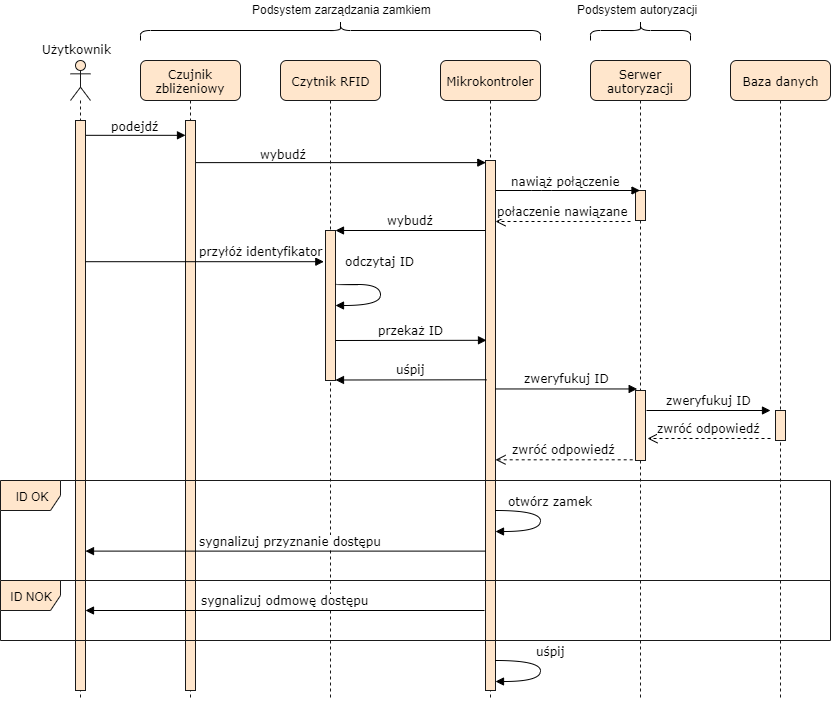
Before: docs/chapters/images/sequence1.png, a diagram exported from draw.io (adapiekarska/centralized-lock-system). Source tidied: cells renumbered, new cells last; positions are measured from the earlier drawing's top-left corner, leaving out a move shared by most shapes.
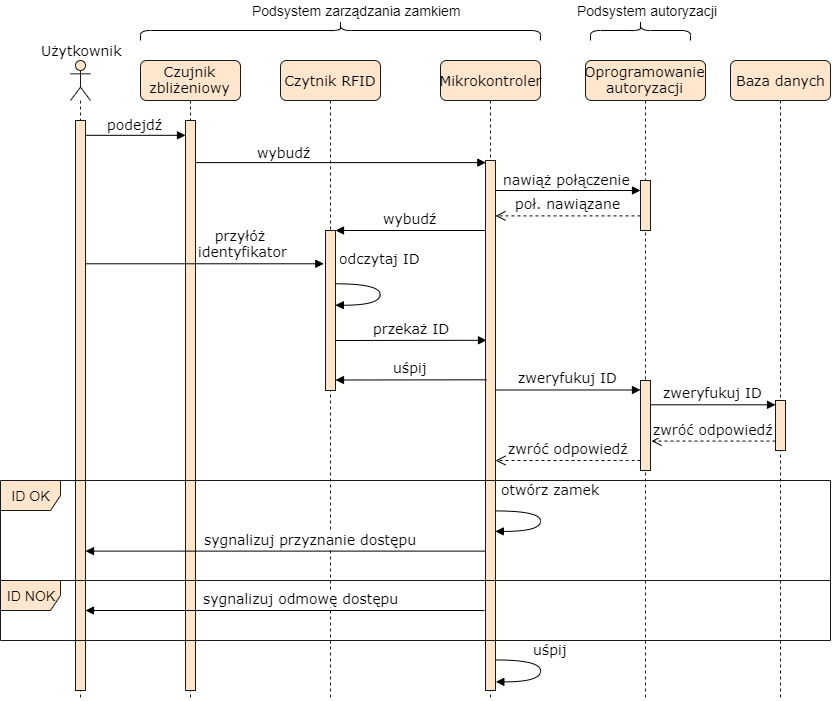
Above is the later version.

Commit message:
Modyfing sequence diagrams, writing chapter 4

What changed in the source:
```diff
@@ -2,101 +2,97 @@
   <root>
     <mxCell id="0" />
     <mxCell id="1" parent="0" />
-    <mxCell id="2" value="&lt;font face=&quot;Verdana&quot; style=&quot;font-size: 12px&quot;&gt;połaczenie nawiązane&lt;/font&gt;" style="html=1;verticalAlign=bottom;endArrow=open;dashed=1;endSize=8;" parent="1" edge="1" target="9">
-      <mxGeometry relative="1" as="geometry">
-        <mxPoint x="630" y="221" as="sourcePoint" />
-      </mxGeometry>
+    <mxCell id="2" value="&lt;font face=&quot;Verdana&quot; style=&quot;font-size: 14px&quot;&gt;poł. nawiązane&lt;/font&gt;" style="html=1;verticalAlign=bottom;endArrow=open;dashed=1;endSize=8;fontSize=14;exitX=0;exitY=0.708;exitDx=0;exitDy=0;exitPerimeter=0;" parent="1" edge="1" source="4" target="9">
+      <mxGeometry relative="1" as="geometry" />
     </mxCell>
-    <mxCell id="3" value="Serwer autoryzacji" style="shape=umlLifeline;perimeter=lifelinePerimeter;whiteSpace=wrap;html=1;outlineConnect=0;rounded=1;shadow=0;comic=0;labelBackgroundColor=none;strokeColor=#1A1A1A;strokeWidth=1;fillColor=#ffe6cc;fontFamily=Verdana;fontSize=12;align=center;" parent="1" vertex="1">
-      <mxGeometry x="590" y="60" width="100" height="640" as="geometry" />
+    <mxCell id="3" value="Oprogramowanie autoryzacji" style="shape=umlLifeline;perimeter=lifelinePerimeter;whiteSpace=wrap;html=1;outlineConnect=0;rounded=1;shadow=0;comic=0;labelBackgroundColor=none;strokeColor=#1A1A1A;strokeWidth=1;fillColor=#ffe6cc;fontFamily=Verdana;fontSize=14;align=center;" parent="1" vertex="1">
+      <mxGeometry x="585" y="60" width="120" height="640" as="geometry" />
     </mxCell>
-    <mxCell id="4" style="html=1;points=[];perimeter=orthogonalPerimeter;rounded=0;shadow=0;comic=0;labelBackgroundColor=none;strokeColor=#1A1A1A;strokeWidth=1;fillColor=#ffe6cc;fontFamily=Verdana;fontSize=12;align=center;" parent="3" vertex="1">
-      <mxGeometry x="45" y="130" width="10" height="30" as="geometry" />
+    <mxCell id="4" style="html=1;points=[];perimeter=orthogonalPerimeter;rounded=0;shadow=0;comic=0;labelBackgroundColor=none;strokeColor=#1A1A1A;strokeWidth=1;fillColor=#ffe6cc;fontFamily=Verdana;fontSize=14;align=center;" parent="3" vertex="1">
+      <mxGeometry x="55" y="120" width="10" height="50" as="geometry" />
     </mxCell>
+    <mxCell id="23" style="html=1;points=[];perimeter=orthogonalPerimeter;rounded=0;shadow=0;comic=0;labelBackgroundColor=none;strokeColor=#1A1A1A;strokeWidth=1;fillColor=#ffe6cc;fontFamily=Verdana;fontSize=14;align=center;" parent="3" vertex="1">
+      <mxGeometry x="55" y="320" width="10" height="90" as="geometry" />
+    </mxCell>
-    <mxCell id="5" value="nawiąż połączenie" style="html=1;verticalAlign=bottom;endArrow=block;labelBackgroundColor=none;fontFamily=Verdana;fontSize=12;edgeStyle=elbowEdgeStyle;elbow=vertical;" parent="1" edge="1" target="3">
+    <mxCell id="5" value="nawiąż połączenie" style="html=1;verticalAlign=bottom;endArrow=block;labelBackgroundColor=none;fontFamily=Verdana;fontSize=14;elbow=vertical;" parent="1" edge="1" target="4">
       <mxGeometry relative="1" as="geometry">
         <mxPoint x="491.5" y="190" as="sourcePoint" />
       </mxGeometry>
     </mxCell>
-    <mxCell id="6" value="wybudź" style="html=1;verticalAlign=bottom;endArrow=block;labelBackgroundColor=none;fontFamily=Verdana;fontSize=12;elbow=vertical;entryX=0.033;entryY=0.004;entryDx=0;entryDy=0;entryPerimeter=0;" parent="1" edge="1" source="13" target="9">
+    <mxCell id="6" value="wybudź" style="html=1;verticalAlign=bottom;endArrow=block;labelBackgroundColor=none;fontFamily=Verdana;fontSize=14;elbow=vertical;entryX=0.033;entryY=0.004;entryDx=0;entryDy=0;entryPerimeter=0;" parent="1" edge="1" source="13" target="9">
       <mxGeometry x="-0.39" y="-1" relative="1" as="geometry" />
     </mxCell>
-    <mxCell id="7" value="Czytnik RFID" style="shape=umlLifeline;perimeter=lifelinePerimeter;whiteSpace=wrap;html=1;rounded=1;shadow=0;comic=0;labelBackgroundColor=none;strokeColor=#1A1A1A;strokeWidth=1;fillColor=#ffe6cc;fontFamily=Verdana;fontSize=12;align=center;" parent="1" vertex="1">
+    <mxCell id="7" value="Czytnik RFID" style="shape=umlLifeline;perimeter=lifelinePerimeter;whiteSpace=wrap;html=1;rounded=1;shadow=0;comic=0;labelBackgroundColor=none;strokeColor=#1A1A1A;strokeWidth=1;fillColor=#ffe6cc;fontFamily=Verdana;fontSize=14;align=center;" parent="1" vertex="1">
       <mxGeometry x="280" y="60" width="100" height="640" as="geometry" />
     </mxCell>
-    <mxCell id="8" value="Mikrokontroler" style="shape=umlLifeline;perimeter=lifelinePerimeter;whiteSpace=wrap;html=1;rounded=1;shadow=0;comic=0;labelBackgroundColor=none;strokeColor=#1A1A1A;strokeWidth=1;fillColor=#ffe6cc;fontFamily=Verdana;fontSize=12;align=center;" parent="1" vertex="1">
+    <mxCell id="8" value="Mikrokontroler" style="shape=umlLifeline;perimeter=lifelinePerimeter;whiteSpace=wrap;html=1;rounded=1;shadow=0;comic=0;labelBackgroundColor=none;strokeColor=#1A1A1A;strokeWidth=1;fillColor=#ffe6cc;fontFamily=Verdana;fontSize=14;align=center;" parent="1" vertex="1">
       <mxGeometry x="440" y="60" width="100" height="640" as="geometry" />
     </mxCell>
-    <mxCell id="9" style="html=1;points=[];perimeter=orthogonalPerimeter;rounded=0;shadow=0;comic=0;labelBackgroundColor=none;strokeColor=#1A1A1A;strokeWidth=1;fillColor=#ffe6cc;fontFamily=Verdana;fontSize=12;align=center;" parent="8" vertex="1">
+    <mxCell id="9" style="html=1;points=[];perimeter=orthogonalPerimeter;rounded=0;shadow=0;comic=0;labelBackgroundColor=none;strokeColor=#1A1A1A;strokeWidth=1;fillColor=#ffe6cc;fontFamily=Verdana;fontSize=14;align=center;" parent="8" vertex="1">
       <mxGeometry x="45" y="100" width="10" height="530" as="geometry" />
     </mxCell>
-    <mxCell id="10" value="Baza danych" style="shape=umlLifeline;perimeter=lifelinePerimeter;whiteSpace=wrap;html=1;rounded=1;shadow=0;comic=0;labelBackgroundColor=none;strokeColor=#1A1A1A;strokeWidth=1;fillColor=#ffe6cc;fontFamily=Verdana;fontSize=12;align=center;" parent="1" vertex="1">
+    <mxCell id="10" value="Baza danych" style="shape=umlLifeline;perimeter=lifelinePerimeter;whiteSpace=wrap;html=1;rounded=1;shadow=0;comic=0;labelBackgroundColor=none;strokeColor=#1A1A1A;strokeWidth=1;fillColor=#ffe6cc;fontFamily=Verdana;fontSize=14;align=center;" parent="1" vertex="1">
       <mxGeometry x="730" y="60" width="100" height="640" as="geometry" />
     </mxCell>
-    <mxCell id="11" style="html=1;points=[];perimeter=orthogonalPerimeter;rounded=0;shadow=0;comic=0;labelBackgroundColor=none;strokeColor=#1A1A1A;strokeWidth=1;fillColor=#ffe6cc;fontFamily=Verdana;fontSize=12;align=center;" parent="10" vertex="1">
-      <mxGeometry x="45" y="350" width="10" height="30" as="geometry" />
+    <mxCell id="11" style="html=1;points=[];perimeter=orthogonalPerimeter;rounded=0;shadow=0;comic=0;labelBackgroundColor=none;strokeColor=#1A1A1A;strokeWidth=1;fillColor=#ffe6cc;fontFamily=Verdana;fontSize=14;align=center;" parent="10" vertex="1">
+      <mxGeometry x="45" y="340" width="10" height="50" as="geometry" />
     </mxCell>
-    <mxCell id="12" value="Czujnik zbliżeniowy" style="shape=umlLifeline;perimeter=lifelinePerimeter;whiteSpace=wrap;html=1;rounded=1;shadow=0;comic=0;labelBackgroundColor=none;strokeColor=#1A1A1A;strokeWidth=1;fillColor=#ffe6cc;fontFamily=Verdana;fontSize=12;align=center;" parent="1" vertex="1">
+    <mxCell id="12" value="Czujnik zbliżeniowy" style="shape=umlLifeline;perimeter=lifelinePerimeter;whiteSpace=wrap;html=1;rounded=1;shadow=0;comic=0;labelBackgroundColor=none;strokeColor=#1A1A1A;strokeWidth=1;fillColor=#ffe6cc;fontFamily=Verdana;fontSize=14;align=center;" parent="1" vertex="1">
       <mxGeometry x="140" y="60" width="100" height="640" as="geometry" />
     </mxCell>
-    <mxCell id="13" style="html=1;points=[];perimeter=orthogonalPerimeter;rounded=0;shadow=0;comic=0;labelBackgroundColor=none;strokeColor=#1A1A1A;strokeWidth=1;fillColor=#ffe6cc;fontFamily=Verdana;fontSize=12;align=center;" parent="12" vertex="1">
+    <mxCell id="13" style="html=1;points=[];perimeter=orthogonalPerimeter;rounded=0;shadow=0;comic=0;labelBackgroundColor=none;strokeColor=#1A1A1A;strokeWidth=1;fillColor=#ffe6cc;fontFamily=Verdana;fontSize=14;align=center;" parent="12" vertex="1">
       <mxGeometry x="45" y="60" width="10" height="570" as="geometry" />
     </mxCell>
-    <mxCell id="14" value="podejdź" style="html=1;verticalAlign=bottom;endArrow=block;labelBackgroundColor=none;fontFamily=Verdana;fontSize=12;elbow=vertical;exitX=0.94;exitY=0.026;exitDx=0;exitDy=0;exitPerimeter=0;" parent="1" edge="1" source="16" target="13">
+    <mxCell id="14" value="podejdź" style="html=1;verticalAlign=bottom;endArrow=block;labelBackgroundColor=none;fontFamily=Verdana;fontSize=14;elbow=vertical;exitX=0.94;exitY=0.026;exitDx=0;exitDy=0;exitPerimeter=0;" parent="1" edge="1" source="16" target="13">
       <mxGeometry relative="1" as="geometry" />
     </mxCell>
-    <mxCell id="15" style="shape=umlLifeline;participant=umlActor;perimeter=lifelinePerimeter;whiteSpace=wrap;html=1;verticalAlign=top;spacingTop=36;labelBackgroundColor=#ffffff;fillColor=#ffe6cc;strokeColor=#1A1A1A;" parent="1" vertex="1">
+    <mxCell id="15" style="shape=umlLifeline;participant=umlActor;perimeter=lifelinePerimeter;whiteSpace=wrap;html=1;verticalAlign=top;spacingTop=36;labelBackgroundColor=#ffffff;fillColor=#ffe6cc;strokeColor=#1A1A1A;fontSize=14;" parent="1" vertex="1">
       <mxGeometry x="70" y="60" width="20" height="640" as="geometry" />
     </mxCell>
-    <mxCell id="16" style="html=1;points=[];perimeter=orthogonalPerimeter;rounded=0;shadow=0;comic=0;labelBackgroundColor=none;strokeColor=#1A1A1A;strokeWidth=1;fillColor=#ffe6cc;fontFamily=Verdana;fontSize=12;align=center;" parent="15" vertex="1">
+    <mxCell id="16" style="html=1;points=[];perimeter=orthogonalPerimeter;rounded=0;shadow=0;comic=0;labelBackgroundColor=none;strokeColor=#1A1A1A;strokeWidth=1;fillColor=#ffe6cc;fontFamily=Verdana;fontSize=14;align=center;" parent="15" vertex="1">
       <mxGeometry x="5" y="60" width="10" height="570" as="geometry" />
     </mxCell>
-    <mxCell id="17" style="html=1;points=[];perimeter=orthogonalPerimeter;fillColor=#ffe6cc;strokeColor=#1A1A1A;" parent="1" vertex="1">
-      <mxGeometry x="325" y="230" width="10" height="150" as="geometry" />
+    <mxCell id="17" style="html=1;points=[];perimeter=orthogonalPerimeter;fillColor=#ffe6cc;strokeColor=#1A1A1A;fontSize=14;" parent="1" vertex="1">
+      <mxGeometry x="325" y="230" width="10" height="160" as="geometry" />
     </mxCell>
-    <mxCell id="18" value="&lt;font face=&quot;Verdana&quot; style=&quot;font-size: 12px&quot;&gt;wybudź&lt;/font&gt;" style="html=1;verticalAlign=bottom;endArrow=block;entryX=1;entryY=0;" parent="1" edge="1" source="9" target="17">
+    <mxCell id="18" value="&lt;font face=&quot;Verdana&quot; style=&quot;font-size: 14px;&quot;&gt;wybudź&lt;/font&gt;" style="html=1;verticalAlign=bottom;endArrow=block;entryX=1;entryY=0;fontSize=14;" parent="1" edge="1" source="9" target="17">
       <mxGeometry relative="1" as="geometry" />
     </mxCell>
-    <mxCell id="19" value="przyłóż identyfikator" style="html=1;verticalAlign=bottom;endArrow=block;labelBackgroundColor=none;fontFamily=Verdana;fontSize=12;elbow=vertical;entryX=-0.167;entryY=0.208;entryDx=0;entryDy=0;entryPerimeter=0;" parent="1" edge="1" source="16" target="17">
-      <mxGeometry x="0.47" y="1" relative="1" as="geometry" />
+    <mxCell id="19" value="przyłóż&lt;br&gt;&amp;nbsp;identyfikator" style="html=1;verticalAlign=bottom;endArrow=block;labelBackgroundColor=none;fontFamily=Verdana;fontSize=14;elbow=vertical;entryX=-0.167;entryY=0.208;entryDx=0;entryDy=0;entryPerimeter=0;" parent="1" edge="1" source="16" target="17">
+      <mxGeometry x="0.3" relative="1" as="geometry" />
     </mxCell>
-    <mxCell id="20" value="&lt;font face=&quot;Verdana&quot; style=&quot;font-size: 12px&quot;&gt;uśpij&lt;/font&gt;" style="html=1;verticalAlign=bottom;endArrow=block;entryX=1;entryY=0;exitX=0.1;exitY=0.249;exitDx=0;exitDy=0;exitPerimeter=0;" parent="1" edge="1">
+    <mxCell id="20" value="&lt;font face=&quot;Verdana&quot; style=&quot;font-size: 14px;&quot;&gt;uśpij&lt;/font&gt;" style="html=1;verticalAlign=bottom;endArrow=block;entryX=1;entryY=0;exitX=0.1;exitY=0.249;exitDx=0;exitDy=0;exitPerimeter=0;fontSize=14;" parent="1" edge="1">
       <mxGeometry relative="1" as="geometry">
         <mxPoint x="486" y="379.3" as="sourcePoint" />
         <mxPoint x="335" y="379.5" as="targetPoint" />
       </mxGeometry>
     </mxCell>
-    <mxCell id="21" value="&lt;font face=&quot;Verdana&quot; style=&quot;font-size: 12px&quot;&gt;przekaż ID&lt;/font&gt;" style="html=1;verticalAlign=bottom;endArrow=block;entryX=1;entryY=0;exitX=0.1;exitY=0.249;exitDx=0;exitDy=0;exitPerimeter=0;" parent="1" edge="1">
+    <mxCell id="21" value="&lt;font face=&quot;Verdana&quot; style=&quot;font-size: 14px;&quot;&gt;przekaż ID&lt;/font&gt;" style="html=1;verticalAlign=bottom;endArrow=block;entryX=1;entryY=0;exitX=0.1;exitY=0.249;exitDx=0;exitDy=0;exitPerimeter=0;fontSize=14;" parent="1" edge="1">
       <mxGeometry relative="1" as="geometry">
         <mxPoint x="335" y="340" as="sourcePoint" />
         <mxPoint x="486" y="339.8" as="targetPoint" />
       </mxGeometry>
     </mxCell>
-    <mxCell id="22" value="&lt;font face=&quot;Verdana&quot; style=&quot;font-size: 12px&quot;&gt;zweryfukuj ID&lt;/font&gt;" style="html=1;verticalAlign=bottom;endArrow=block;entryX=0.167;entryY=-0.022;entryDx=0;entryDy=0;entryPerimeter=0;" parent="1" edge="1" source="9" target="23">
+    <mxCell id="22" value="&lt;font face=&quot;Verdana&quot; style=&quot;font-size: 14px;&quot;&gt;zweryfukuj ID&lt;/font&gt;" style="html=1;verticalAlign=bottom;endArrow=block;fontSize=14;exitX=0.948;exitY=0.433;exitDx=0;exitDy=0;exitPerimeter=0;" parent="1" edge="1" source="9" target="23">
       <mxGeometry relative="1" as="geometry" />
     </mxCell>
-    <mxCell id="23" style="html=1;points=[];perimeter=orthogonalPerimeter;rounded=0;shadow=0;comic=0;labelBackgroundColor=none;strokeColor=#1A1A1A;strokeWidth=1;fillColor=#ffe6cc;fontFamily=Verdana;fontSize=12;align=center;" parent="1" vertex="1">
-      <mxGeometry x="635" y="390" width="10" height="70" as="geometry" />
-    </mxCell>
-    <mxCell id="24" value="&lt;font face=&quot;Verdana&quot; style=&quot;font-size: 12px&quot;&gt;zweryfukuj ID&lt;/font&gt;" style="html=1;verticalAlign=bottom;endArrow=block;" parent="1" edge="1">
-      <mxGeometry relative="1" as="geometry">
-        <mxPoint x="646" y="410" as="sourcePoint" />
-        <mxPoint x="770" y="410" as="targetPoint" />
-      </mxGeometry>
+    <mxCell id="24" value="&lt;font face=&quot;Verdana&quot; style=&quot;font-size: 14px;&quot;&gt;zweryfukuj ID&lt;/font&gt;" style="html=1;verticalAlign=bottom;endArrow=block;fontSize=14;exitX=0.99;exitY=0.27;exitDx=0;exitDy=0;exitPerimeter=0;" parent="1" edge="1" source="23" target="11">
+      <mxGeometry relative="1" as="geometry" />
     </mxCell>
-    <mxCell id="25" value="&lt;font face=&quot;Verdana&quot; style=&quot;font-size: 12px&quot;&gt;zwróć odpowiedź&lt;/font&gt;" style="html=1;verticalAlign=bottom;endArrow=open;dashed=1;endSize=8;" parent="1" edge="1">
-      <mxGeometry relative="1" as="geometry">
-        <mxPoint x="770" y="438" as="sourcePoint" />
-        <mxPoint x="647" y="438" as="targetPoint" />
-      </mxGeometry>
+    <mxCell id="25" value="&lt;font face=&quot;Verdana&quot; style=&quot;font-size: 14px;&quot;&gt;zwróć odpowiedź&lt;/font&gt;" style="html=1;verticalAlign=bottom;endArrow=open;dashed=1;endSize=8;fontSize=14;entryX=1.105;entryY=0.673;entryDx=0;entryDy=0;entryPerimeter=0;" parent="1" edge="1" source="11" target="23">
+      <mxGeometry relative="1" as="geometry" />
     </mxCell>
-    <mxCell id="26" value="ID OK" style="shape=umlFrame;whiteSpace=wrap;html=1;fillColor=#ffe6cc;strokeColor=#1A1A1A;" parent="1" vertex="1">
+    <mxCell id="26" value="ID OK" style="shape=umlFrame;whiteSpace=wrap;html=1;fillColor=#ffe6cc;strokeColor=#1A1A1A;fontSize=14;" parent="1" vertex="1">
       <mxGeometry y="480" width="830" height="100" as="geometry" />
     </mxCell>
-    <mxCell id="27" value="&lt;font face=&quot;Verdana&quot; style=&quot;font-size: 12px&quot;&gt;zwróć odpowiedź&lt;/font&gt;" style="html=1;verticalAlign=bottom;endArrow=open;dashed=1;endSize=8;exitX=-0.28;exitY=0.99;exitDx=0;exitDy=0;exitPerimeter=0;" parent="1" edge="1" source="23" target="9">
-      <mxGeometry relative="1" as="geometry" />
+    <mxCell id="27" value="&lt;font face=&quot;Verdana&quot; style=&quot;font-size: 14px;&quot;&gt;zwróć odpowiedź&lt;/font&gt;" style="html=1;verticalAlign=bottom;endArrow=open;dashed=1;endSize=8;fontSize=14;" parent="1" edge="1" source="23" target="9">
+      <mxGeometry relative="1" as="geometry">
+        <Array as="points">
+          <mxPoint x="630" y="460" />
+        </Array>
+      </mxGeometry>
     </mxCell>
-    <mxCell id="28" value="odczytaj ID" style="html=1;verticalAlign=bottom;endArrow=block;labelBackgroundColor=none;fontFamily=Verdana;fontSize=12;elbow=vertical;edgeStyle=orthogonalEdgeStyle;curved=1;entryX=1;entryY=0.73;entryDx=0;entryDy=0;entryPerimeter=0;" parent="1" edge="1">
+    <mxCell id="28" value="odczytaj ID" style="html=1;verticalAlign=bottom;endArrow=block;labelBackgroundColor=none;fontFamily=Verdana;fontSize=14;elbow=vertical;edgeStyle=orthogonalEdgeStyle;curved=1;entryX=1;entryY=0.73;entryDx=0;entryDy=0;entryPerimeter=0;" parent="1" edge="1">
       <mxGeometry x="-0.19" y="11" relative="1" as="geometry">
         <mxPoint x="334.5" y="283.2" as="sourcePoint" />
         <mxPoint x="334.8" y="304.8" as="targetPoint" />
@@ -107,7 +103,7 @@
         <mxPoint y="-3" as="offset" />
       </mxGeometry>
     </mxCell>
-    <mxCell id="29" value="uśpij" style="html=1;verticalAlign=bottom;endArrow=block;labelBackgroundColor=none;fontFamily=Verdana;fontSize=12;elbow=vertical;edgeStyle=orthogonalEdgeStyle;curved=1;entryX=1;entryY=0.73;entryDx=0;entryDy=0;entryPerimeter=0;" parent="1" edge="1">
+    <mxCell id="29" value="uśpij" style="html=1;verticalAlign=bottom;endArrow=block;labelBackgroundColor=none;fontFamily=Verdana;fontSize=14;elbow=vertical;edgeStyle=orthogonalEdgeStyle;curved=1;entryX=1;entryY=0.73;entryDx=0;entryDy=0;entryPerimeter=0;" parent="1" edge="1">
       <mxGeometry x="-0.19" y="10" relative="1" as="geometry">
         <mxPoint x="495.3" y="659.5" as="sourcePoint" />
         <mxPoint x="495.3" y="681.2" as="targetPoint" />
@@ -117,40 +113,41 @@
         </Array>
       </mxGeometry>
     </mxCell>
-    <mxCell id="30" value="&lt;font face=&quot;Verdana&quot;&gt;&lt;span style=&quot;font-size: 12px&quot;&gt;sygnalizuj przyznanie dostępu&lt;/span&gt;&lt;/font&gt;" style="html=1;verticalAlign=bottom;endArrow=block;exitX=0.02;exitY=0.737;exitDx=0;exitDy=0;exitPerimeter=0;" parent="1" edge="1" source="9" target="16">
-      <mxGeometry x="-0.03" relative="1" as="geometry" />
+    <mxCell id="30" value="&lt;font face=&quot;Verdana&quot; style=&quot;font-size: 14px;&quot;&gt;&lt;span style=&quot;font-size: 14px;&quot;&gt;sygnalizuj przyznanie dostępu&lt;/span&gt;&lt;/font&gt;" style="html=1;verticalAlign=bottom;endArrow=block;exitX=0.02;exitY=0.737;exitDx=0;exitDy=0;exitPerimeter=0;fontSize=14;" parent="1" edge="1" source="9" target="16">
+      <mxGeometry x="-0.12" relative="1" as="geometry" />
     </mxCell>
-    <mxCell id="31" value="&lt;font face=&quot;Verdana&quot;&gt;Użytkownik&lt;/font&gt;" style="text;html=1;align=left;verticalAlign=top;spacingTop=-4;" parent="1" vertex="1">
+    <mxCell id="31" value="&lt;font face=&quot;Verdana&quot; style=&quot;font-size: 14px;&quot;&gt;Użytkownik&lt;/font&gt;" style="text;html=1;align=left;verticalAlign=top;spacingTop=-4;fontSize=14;" parent="1" vertex="1">
       <mxGeometry x="39.5" y="40" width="80" height="20" as="geometry" />
     </mxCell>
-    <mxCell id="32" style="shape=curlyBracket;whiteSpace=wrap;html=1;rounded=1;direction=south;" parent="1" vertex="1">
+    <mxCell id="32" style="shape=curlyBracket;whiteSpace=wrap;html=1;rounded=1;direction=south;fontSize=14;" parent="1" vertex="1">
       <mxGeometry x="140" y="20" width="400" height="20" as="geometry" />
     </mxCell>
-    <mxCell id="33" value="Podsystem zarządzania zamkiem" style="text;html=1;align=left;verticalAlign=top;spacingTop=-4;" parent="1" vertex="1">
+    <mxCell id="33" value="Podsystem zarządzania zamkiem" style="text;html=1;align=left;verticalAlign=top;spacingTop=-4;fontSize=14;" parent="1" vertex="1">
       <mxGeometry x="250" width="190" height="20" as="geometry" />
     </mxCell>
-    <mxCell id="34" style="shape=curlyBracket;whiteSpace=wrap;html=1;rounded=1;direction=south;" parent="1" vertex="1">
+    <mxCell id="34" style="shape=curlyBracket;whiteSpace=wrap;html=1;rounded=1;direction=south;fontSize=14;" parent="1" vertex="1">
       <mxGeometry x="590" y="20" width="100" height="20" as="geometry" />
     </mxCell>
-    <mxCell id="35" value="Podsystem autoryzacji" style="text;html=1;align=left;verticalAlign=top;spacingTop=-4;" parent="1" vertex="1">
+    <mxCell id="35" value="Podsystem autoryzacji" style="text;html=1;align=left;verticalAlign=top;spacingTop=-4;fontSize=14;" parent="1" vertex="1">
       <mxGeometry x="575" width="140" height="20" as="geometry" />
     </mxCell>
-    <mxCell id="36" value="otwórz zamek" style="html=1;verticalAlign=bottom;endArrow=block;labelBackgroundColor=none;fontFamily=Verdana;fontSize=12;elbow=vertical;edgeStyle=orthogonalEdgeStyle;curved=1;" parent="1" edge="1">
-      <mxGeometry x="-0.19" y="10" relative="1" as="geometry">
+    <mxCell id="36" value="otwórz zamek" style="html=1;verticalAlign=bottom;endArrow=block;labelBackgroundColor=none;fontFamily=Verdana;fontSize=14;elbow=vertical;edgeStyle=orthogonalEdgeStyle;curved=1;" parent="1" edge="1">
+      <mxGeometry x="-0.18" y="14" relative="1" as="geometry">
         <mxPoint x="495" y="510.3" as="sourcePoint" />
         <mxPoint x="495" y="531" as="targetPoint" />
         <Array as="points">
           <mxPoint x="540" y="510" />
           <mxPoint x="540" y="531" />
         </Array>
+        <mxPoint x="-4" y="-10" as="offset" />
       </mxGeometry>
     </mxCell>
-    <mxCell id="37" value="&lt;font face=&quot;Verdana&quot;&gt;&lt;span style=&quot;font-size: 12px&quot;&gt;sygnalizuj odmowę dostępu&lt;/span&gt;&lt;/font&gt;" style="html=1;verticalAlign=bottom;endArrow=block;" parent="1" edge="1" target="16">
-      <mxGeometry relative="1" as="geometry">
+    <mxCell id="37" value="&lt;font face=&quot;Verdana&quot; style=&quot;font-size: 14px;&quot;&gt;&lt;span style=&quot;font-size: 14px;&quot;&gt;sygnalizuj odmowę dostępu&lt;/span&gt;&lt;/font&gt;" style="html=1;verticalAlign=bottom;endArrow=block;fontSize=14;" parent="1" edge="1" target="16">
+      <mxGeometry x="-0.08" relative="1" as="geometry">
         <mxPoint x="484" y="610" as="sourcePoint" />
       </mxGeometry>
     </mxCell>
-    <mxCell id="38" value="ID NOK" style="shape=umlFrame;whiteSpace=wrap;html=1;fillColor=#ffe6cc;strokeColor=#1A1A1A;" parent="1" vertex="1">
+    <mxCell id="38" value="ID NOK" style="shape=umlFrame;whiteSpace=wrap;html=1;fillColor=#ffe6cc;strokeColor=#1A1A1A;fontSize=14;" parent="1" vertex="1">
       <mxGeometry y="580" width="830" height="60" as="geometry" />
     </mxCell>
   </root>
```
